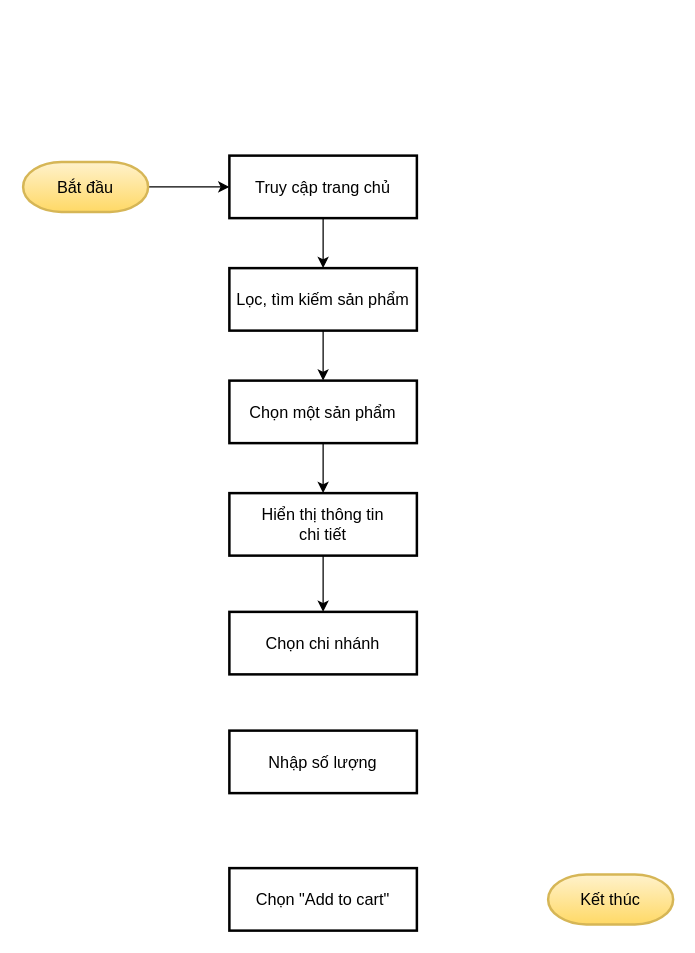
vfon98/thesis-storozone-documents keeps this draw.io diagram as Diagrams/Flowchart/cus_details.drawio. Above is the earlier version. Source tidied: cells renumbered, new cells numbered last; positions are measured from the earlier drawing's top-left corner, leaving out a move shared by most shapes. Both pictures are drawn from the tidied source at 125%, with x=0, y=0 at pixel (22, 155).
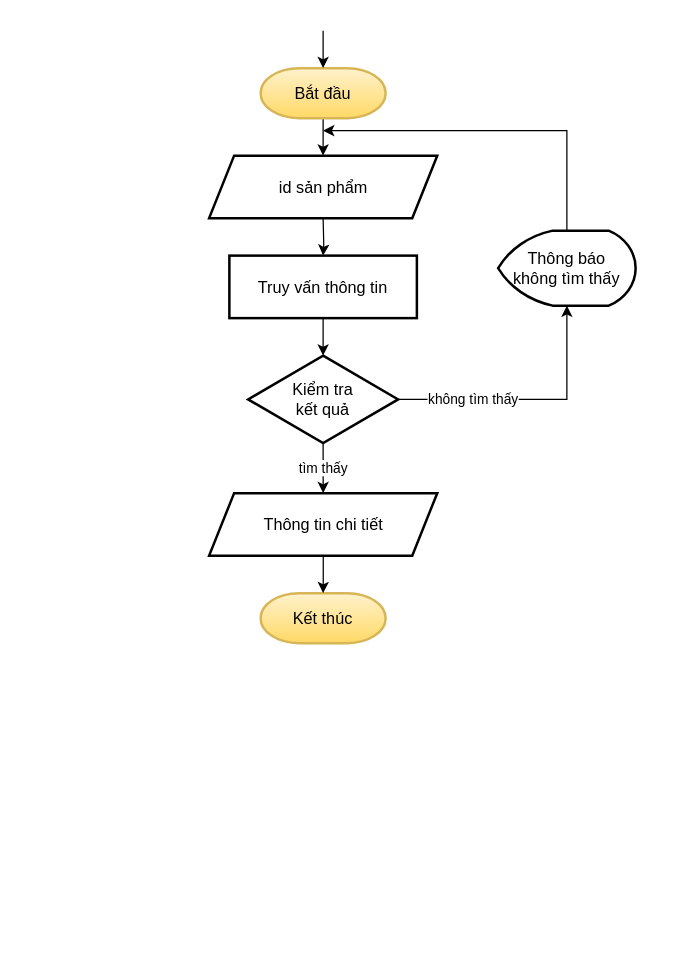
After the change.

The edit, as a diff of the source:
```diff
@@
     <mxCell id="2" value="Kết thúc" style="strokeWidth=2;html=1;shape=mxgraph.flowchart.terminator;whiteSpace=wrap;labelBorderColor=none;fontSize=13;fontStyle=0;fillColor=#fff2cc;strokeColor=#d6b656;gradientColor=#ffd966;" parent="1" vertex="1">
-      <mxGeometry x="420" y="575" width="100" height="40" as="geometry" />
+      <mxGeometry x="190" y="350" width="100" height="40" as="geometry" />
     </mxCell>
-    <mxCell id="3" style="edgeStyle=orthogonalEdgeStyle;rounded=0;jettySize=auto;html=1;" parent="1" edge="1" source="4" target="6">
-      <mxGeometry relative="1" as="geometry" />
+    <mxCell id="3" style="edgeStyle=orthogonalEdgeStyle;rounded=0;jettySize=auto;html=1;" parent="1" edge="1" source="4">
+      <mxGeometry relative="1" as="geometry">
+        <mxPoint x="240" as="targetPoint" />
+      </mxGeometry>
     </mxCell>
     <mxCell id="4" value="Bắt đầu" style="strokeWidth=2;html=1;shape=mxgraph.flowchart.terminator;whiteSpace=wrap;labelBorderColor=none;fontSize=13;fontStyle=0;fillColor=#fff2cc;strokeColor=#d6b656;gradientColor=#ffd966;" parent="1" vertex="1">
-      <mxGeometry y="5" width="100" height="40" as="geometry" />
+      <mxGeometry x="190" y="-70" width="100" height="40" as="geometry" />
     </mxCell>
-    <mxCell id="5" style="edgeStyle=orthogonalEdgeStyle;rounded=0;jettySize=auto;html=1;" parent="1" edge="1" source="6" target="8">
-      <mxGeometry relative="1" as="geometry" />
+    <mxCell id="5" style="edgeStyle=orthogonalEdgeStyle;rounded=0;jettySize=auto;html=1;" parent="1" edge="1" target="8">
+      <mxGeometry relative="1" as="geometry">
+        <mxPoint x="240" y="50" as="sourcePoint" />
+      </mxGeometry>
     </mxCell>
-    <mxCell id="6" value="Truy cập trang chủ" style="whiteSpace=wrap;html=1;strokeWidth=2;labelBorderColor=none;fontSize=13;fontStyle=0;" parent="1" vertex="1">
-      <mxGeometry x="165" width="150" height="50" as="geometry" />
-    </mxCell>
-    <mxCell id="7" style="edgeStyle=orthogonalEdgeStyle;rounded=0;jettySize=auto;html=1;" parent="1" edge="1" source="8" target="10">
+    <mxCell id="7" style="edgeStyle=orthogonalEdgeStyle;rounded=0;jettySize=auto;html=1;" parent="1" edge="1" source="8" target="21">
       <mxGeometry relative="1" as="geometry" />
     </mxCell>
-    <mxCell id="8" value="Lọc, tìm kiếm sản phẩm" style="whiteSpace=wrap;html=1;strokeWidth=2;labelBorderColor=none;fontSize=13;fontStyle=0;" parent="1" vertex="1">
-      <mxGeometry x="165" y="90" width="150" height="50" as="geometry" />
+    <mxCell id="8" value="Truy vấn thông tin" style="whiteSpace=wrap;html=1;strokeWidth=2;labelBorderColor=none;fontSize=13;fontStyle=0;" parent="1" vertex="1">
+      <mxGeometry x="165" y="80" width="150" height="50" as="geometry" />
     </mxCell>
-    <mxCell id="9" style="edgeStyle=orthogonalEdgeStyle;rounded=0;jettySize=auto;html=1;" parent="1" edge="1" source="10" target="14">
+    <mxCell id="9" value="tìm thấy" style="edgeStyle=orthogonalEdgeStyle;rounded=0;jettySize=auto;html=1;entryX=0.5;entryY=0;entryDx=0;entryDy=0;" parent="1" edge="1" source="21" target="19">
       <mxGeometry relative="1" as="geometry" />
     </mxCell>
-    <mxCell id="10" value="Chọn một sản phẩm" style="whiteSpace=wrap;html=1;strokeWidth=2;labelBorderColor=none;fontSize=13;fontStyle=0;" parent="1" vertex="1">
-      <mxGeometry x="165" y="180" width="150" height="50" as="geometry" />
-    </mxCell>
-    <mxCell id="11" value="Chọn chi nhánh" style="whiteSpace=wrap;html=1;strokeWidth=2;labelBorderColor=none;fontSize=13;fontStyle=0;" parent="1" vertex="1">
-      <mxGeometry x="165" y="365" width="150" height="50" as="geometry" />
-    </mxCell>
-    <mxCell id="12" value="Chọn &quot;Add to cart&quot;" style="whiteSpace=wrap;html=1;strokeWidth=2;labelBorderColor=none;fontSize=13;fontStyle=0;" parent="1" vertex="1">
-      <mxGeometry x="165" y="570" width="150" height="50" as="geometry" />
-    </mxCell>
-    <mxCell id="13" style="edgeStyle=orthogonalEdgeStyle;rounded=0;jettySize=auto;html=1;entryX=0.5;entryY=0;entryDx=0;entryDy=0;" parent="1" edge="1" source="14" target="11">
-      <mxGeometry relative="1" as="geometry" />
-    </mxCell>
-    <mxCell id="14" value="Hiển thị thông tin&lt;br&gt;chi tiết" style="whiteSpace=wrap;html=1;strokeWidth=2;labelBorderColor=none;fontSize=13;fontStyle=0;" parent="1" vertex="1">
-      <mxGeometry x="165" y="270" width="150" height="50" as="geometry" />
-    </mxCell>
-    <mxCell id="15" value="Nhập số lượng" style="whiteSpace=wrap;html=1;strokeWidth=2;labelBorderColor=none;fontSize=13;fontStyle=0;" parent="1" vertex="1">
-      <mxGeometry x="165" y="460" width="150" height="50" as="geometry" />
-    </mxCell>
+    <mxCell id="16" style="edgeStyle=orthogonalEdgeStyle;rounded=0;jettySize=auto;html=1;entryX=0.5;entryY=0;entryDx=0;entryDy=0;entryPerimeter=0;" parent="1" edge="1" target="4">
+      <mxGeometry relative="1" as="geometry">
+        <mxPoint x="240" y="-100" as="sourcePoint" />
+        <Array as="points">
+          <mxPoint x="240" y="-90" />
+          <mxPoint x="240" y="-90" />
+        </Array>
+      </mxGeometry>
+    </mxCell>
+    <mxCell id="17" value="id sản phẩm" style="shape=parallelogram;perimeter=parallelogramPerimeter;whiteSpace=wrap;html=1;fixedSize=1;strokeWidth=2;labelBorderColor=none;fontSize=13;fontStyle=0;" parent="1" vertex="1">
+      <mxGeometry x="148.8" width="182.5" height="50" as="geometry" />
+    </mxCell>
+    <mxCell id="18" style="edgeStyle=orthogonalEdgeStyle;rounded=0;jettySize=auto;html=1;" parent="1" edge="1" source="19" target="2">
+      <mxGeometry relative="1" as="geometry" />
+    </mxCell>
+    <mxCell id="19" value="Thông tin chi tiết" style="shape=parallelogram;perimeter=parallelogramPerimeter;whiteSpace=wrap;html=1;fixedSize=1;strokeWidth=2;labelBorderColor=none;fontSize=13;fontStyle=0;" parent="1" vertex="1">
+      <mxGeometry x="148.8" y="270" width="182.5" height="50" as="geometry" />
+    </mxCell>
+    <mxCell id="20" value="không tìm thấy" style="edgeStyle=orthogonalEdgeStyle;rounded=0;jettySize=auto;html=1;entryX=0.5;entryY=1;entryDx=0;entryDy=0;entryPerimeter=0;" parent="1" edge="1" source="21" target="23">
+      <mxGeometry x="-0.43" relative="1" as="geometry" />
+    </mxCell>
+    <mxCell id="21" value="Kiểm tra&lt;br&gt;kết quả" style="rhombus;whiteSpace=wrap;html=1;strokeWidth=2;labelBorderColor=none;fontSize=13;fontStyle=0;" parent="1" vertex="1">
+      <mxGeometry x="180" y="160" width="120" height="70" as="geometry" />
+    </mxCell>
+    <mxCell id="22" style="edgeStyle=orthogonalEdgeStyle;rounded=0;jettySize=auto;html=1;" parent="1" edge="1" source="23">
+      <mxGeometry relative="1" as="geometry">
+        <mxPoint x="240" y="-20" as="targetPoint" />
+        <Array as="points">
+          <mxPoint x="435" y="-20" />
+        </Array>
+      </mxGeometry>
+    </mxCell>
+    <mxCell id="23" value="Thông báo&lt;br&gt;không tìm thấy" style="strokeWidth=2;html=1;shape=mxgraph.flowchart.display;whiteSpace=wrap;labelBorderColor=none;fontSize=13;fontStyle=0;" parent="1" vertex="1">
+      <mxGeometry x="380" y="60" width="110" height="60" as="geometry" />
+    </mxCell>
```
